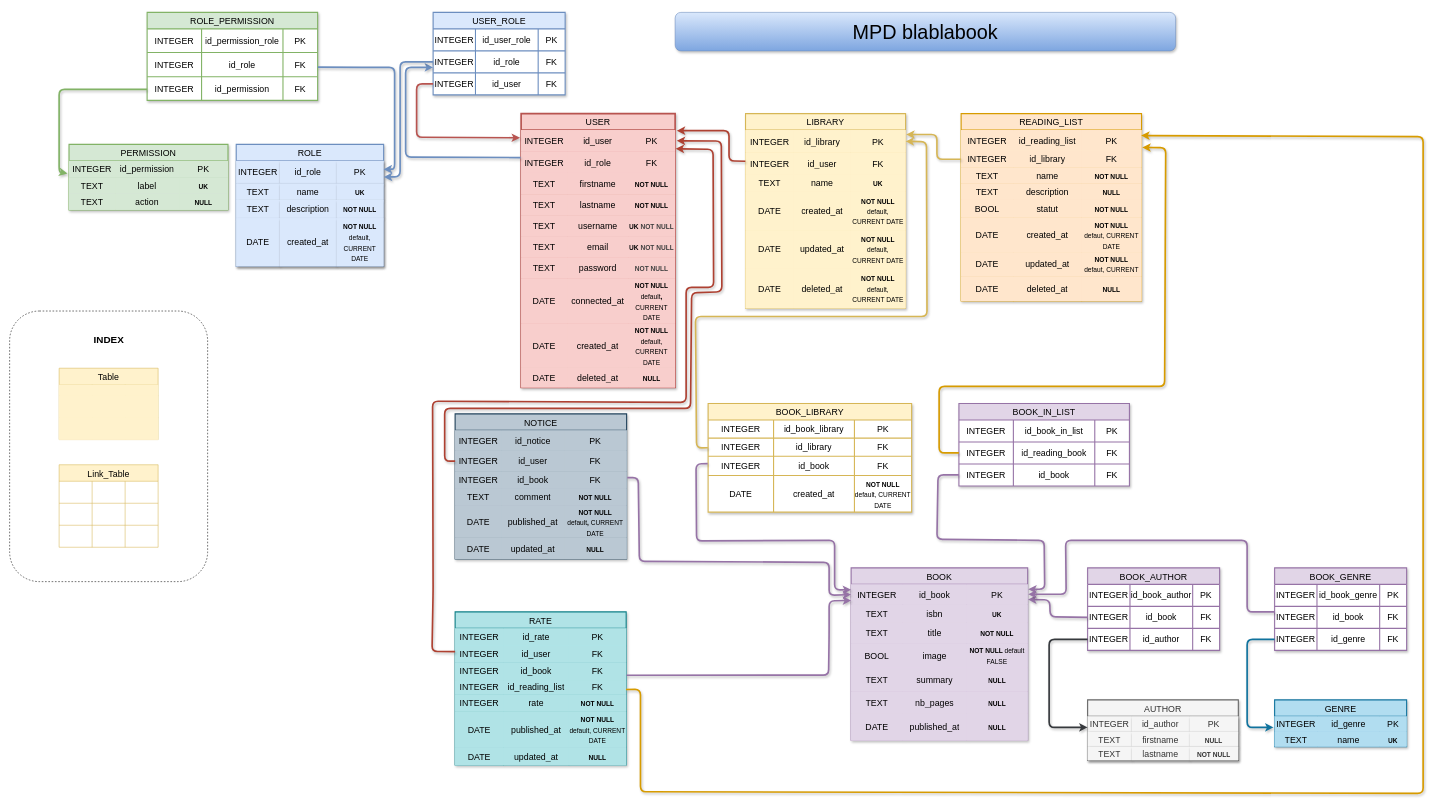
Above: Docs/Merise/MPD/blablabook-mpd-V2.drawio in ElodieOrozcoTaveira/BlablaBookPerso (draw.io), before the change. Source tidied: cells renumbered, new cells numbered last; positions are measured from the earlier drawing's top-left corner, leaving out a move shared by most shapes. Both pictures are drawn from the tidied source at 55%, with x=0, y=0 at pixel (9, 12).
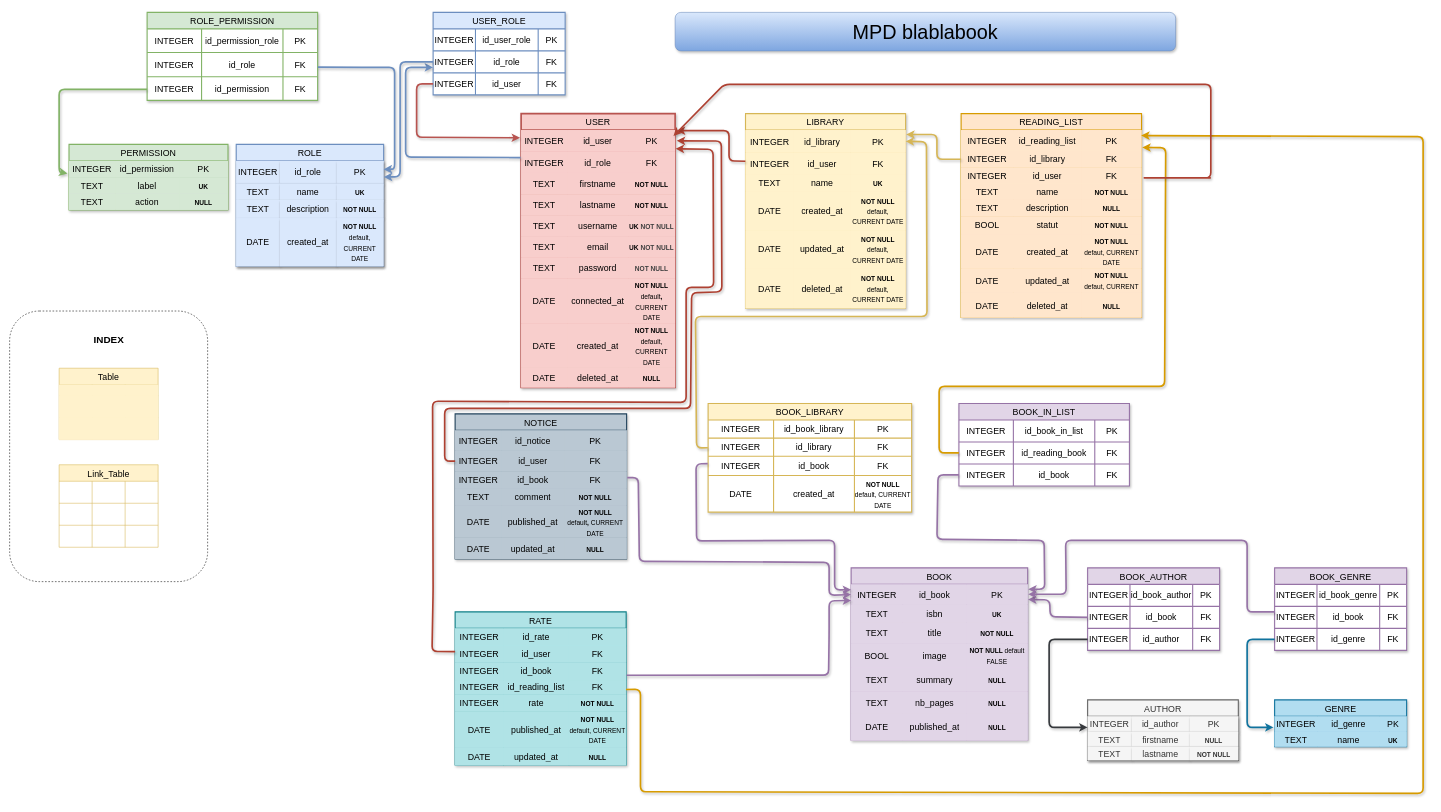
After the change.

Unchanged cells that the change refers to:
```xml
<mxCell id="3" style="shape=tableRow;horizontal=0;startSize=0;swimlaneHead=0;swimlaneBody=0;strokeColor=#FFCCCC;top=0;left=0;bottom=0;right=0;fillColor=#f8cecc;points=[[0,0.5],[1,0.5]];portConstraint=eastwest;fontSize=16;perimeterSpacing=3;strokeWidth=3;swimlaneFillColor=#4D4D4D;" parent="2" vertex="1">
  <mxGeometry y="30" width="280" height="39" as="geometry" />
</mxCell>
```

Change to the diagram source:
```diff
@@
     <mxCell id="142" value="READING_LIST" style="shape=table;startSize=30;childLayout=tableLayout;strokeColor=#d79b00;fontSize=16;fillColor=#ffe6cc;strokeWidth=2;perimeterSpacing=1;shadow=1;swimlaneFillColor=default;" parent="1" vertex="1">
-      <mxGeometry x="1730" y="184" width="328" height="340.6" as="geometry" />
+      <mxGeometry x="1730" y="184" width="328" height="370.6" as="geometry" />
     </mxCell>
@@
+    <mxCell id="367" style="shape=tableRow;horizontal=0;startSize=0;swimlaneHead=0;swimlaneBody=0;strokeColor=#d79b00;top=0;left=0;bottom=0;right=0;fillColor=#ffe6cc;fontSize=16;" parent="142" vertex="1">
+      <mxGeometry y="98" width="328" height="30" as="geometry" />
+    </mxCell>
+    <mxCell id="368" value="INTEGER" style="shape=partialRectangle;html=1;whiteSpace=wrap;strokeColor=#d79b00;overflow=hidden;fillColor=#ffe6cc;top=0;left=0;bottom=0;right=0;fontSize=16;" parent="367" vertex="1">
+      <mxGeometry width="95" height="30" as="geometry" />
+    </mxCell>
+    <mxCell id="369" value="id_user" style="shape=partialRectangle;html=1;whiteSpace=wrap;strokeColor=#d79b00;overflow=hidden;fillColor=#ffe6cc;top=0;left=0;bottom=0;right=0;fontSize=16;" parent="367" vertex="1">
+      <mxGeometry x="95" width="124" height="30" as="geometry" />
+    </mxCell>
+    <mxCell id="370" value="FK" style="shape=partialRectangle;html=1;whiteSpace=wrap;strokeColor=#d79b00;overflow=hidden;fillColor=#ffe6cc;top=0;left=0;bottom=0;right=0;fontSize=16;" parent="367" vertex="1">
+      <mxGeometry x="219" width="109" height="30" as="geometry" />
+    </mxCell>
     <mxCell id="151" style="shape=tableRow;horizontal=0;startSize=0;swimlaneHead=0;swimlaneBody=0;strokeColor=#d79b00;top=0;left=0;bottom=0;right=0;fillColor=#ffe6cc;fontSize=16;" parent="142" vertex="1">
-      <mxGeometry y="98" width="328" height="29" as="geometry" />
+      <mxGeometry y="128" width="328" height="29" as="geometry" />
     </mxCell>
@@
     <mxCell id="155" style="shape=tableRow;horizontal=0;startSize=0;swimlaneHead=0;swimlaneBody=0;strokeColor=#d79b00;top=0;left=0;bottom=0;right=0;fillColor=#ffe6cc;fontSize=16;" parent="142" vertex="1">
-      <mxGeometry y="127" width="328" height="30" as="geometry" />
+      <mxGeometry y="157" width="328" height="30" as="geometry" />
     </mxCell>
@@
     <mxCell id="159" style="shape=tableRow;horizontal=0;startSize=0;swimlaneHead=0;swimlaneBody=0;strokeColor=#d79b00;top=0;left=0;bottom=0;right=0;fillColor=#ffe6cc;fontSize=16;" parent="142" vertex="1">
-      <mxGeometry y="157" width="328" height="32" as="geometry" />
+      <mxGeometry y="187" width="328" height="32" as="geometry" />
     </mxCell>
@@
     <mxCell id="163" style="shape=tableRow;horizontal=0;startSize=0;swimlaneHead=0;swimlaneBody=0;strokeColor=#d79b00;top=0;left=0;bottom=0;right=0;fillColor=#ffe6cc;fontSize=16;" parent="142" vertex="1">
-      <mxGeometry y="189" width="328" height="63" as="geometry" />
+      <mxGeometry y="219" width="328" height="63" as="geometry" />
     </mxCell>
@@
     <mxCell id="167" style="shape=tableRow;horizontal=0;startSize=0;swimlaneHead=0;swimlaneBody=0;strokeColor=#d79b00;top=0;left=0;bottom=0;right=0;fillColor=#ffe6cc;fontSize=16;" parent="142" vertex="1">
-      <mxGeometry y="252" width="328" height="44" as="geometry" />
+      <mxGeometry y="282" width="328" height="44" as="geometry" />
     </mxCell>
@@
     <mxCell id="171" style="shape=tableRow;horizontal=0;startSize=0;swimlaneHead=0;swimlaneBody=0;strokeColor=#d79b00;top=0;left=0;bottom=0;right=0;fillColor=#ffe6cc;fontSize=16;" parent="142" vertex="1">
-      <mxGeometry y="296" width="328" height="45" as="geometry" />
+      <mxGeometry y="326" width="328" height="45" as="geometry" />
     </mxCell>
@@
+    <mxCell id="371" style="endArrow=classic;html=1;fillColor=#fad9d5;strokeColor=#ae4132;strokeWidth=3;shadow=1;entryX=0.979;entryY=0.305;entryDx=0;entryDy=0;entryPerimeter=0;" parent="1" edge="1" target="3">
+      <mxGeometry relative="1" as="geometry">
+        <mxPoint x="2184" y="301" as="sourcePoint" />
+        <Array as="points">
+          <mxPoint x="2058" y="301" />
+          <mxPoint x="2184" y="301" />
+          <mxPoint x="2184" y="131" />
+          <mxPoint x="1299" y="131" />
+        </Array>
+      </mxGeometry>
+    </mxCell>
```
